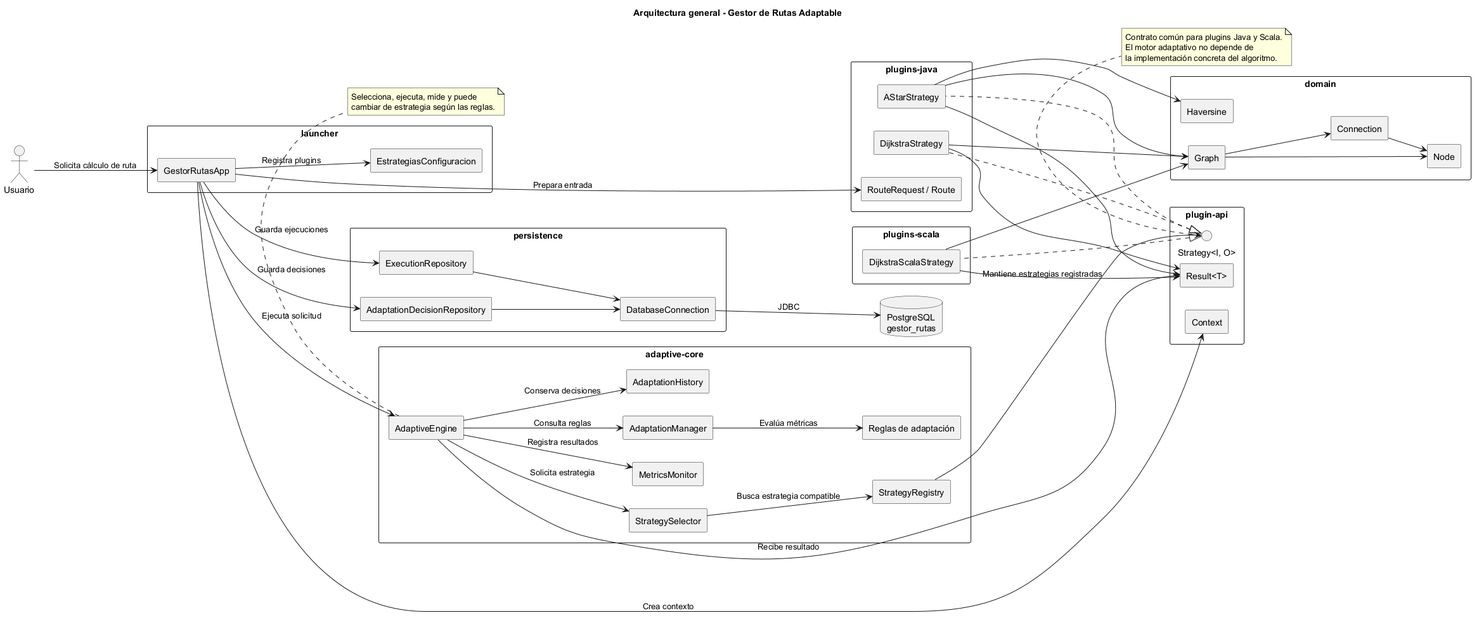
Above: docs/diagrams/architecture-diagram.png in Billoqui/GestorRutas (PlantUML), before the change. Source of this version:
```plantuml
@startuml
title Arquitectura general - Gestor de Rutas Adaptable

skinparam componentStyle rectangle
skinparam packageStyle rectangle
skinparam shadowing false
left to right direction

actor "Usuario" as Usuario

package "launcher" {
    component "GestorRutasApp" as App
    component "EstrategiasConfiguracion" as ConfigEstrategias
}

package "adaptive-core" {
    component "AdaptiveEngine" as Motor
    component "StrategySelector" as Selector
    component "StrategyRegistry" as Registro
    component "MetricsMonitor" as Monitor
    component "AdaptationManager" as Adaptador
    component "AdaptationHistory" as Historial
    component "Reglas de adaptación" as Reglas
}

package "plugin-api" {
    interface "Strategy<I, O>" as Contrato
    component "Context" as Contexto
    component "Result<T>" as Resultado
}

package "plugins-java" {
    component "DijkstraStrategy" as Dijkstra
    component "AStarStrategy" as AStar
    component "RouteRequest / Route" as DTOJava
}

package "plugins-scala" {
    component "DijkstraScalaStrategy" as Scala
}

package "domain" {
    component "Graph" as Grafo
    component "Node" as Nodo
    component "Connection" as Conexion
    component "Haversine" as Distancia
}

package "persistence" {
    component "ExecutionRepository" as RepoEjecuciones
    component "AdaptationDecisionRepository" as RepoDecisiones
    component "DatabaseConnection" as ConexionBD
}

database "PostgreSQL\ngestor_rutas" as BD

Usuario --> App : Solicita cálculo de ruta
App --> ConfigEstrategias : Registra plugins
App --> Motor : Ejecuta solicitud
App --> Contexto : Crea contexto
App --> DTOJava : Prepara entrada

Motor --> Selector : Solicita estrategia
Selector --> Registro : Busca estrategia compatible
Registro --> Contrato : Mantiene estrategias registradas

Contrato <|.. Dijkstra
Contrato <|.. AStar
Contrato <|.. Scala

Motor --> Monitor : Registra resultados
Motor --> Adaptador : Consulta reglas
Adaptador --> Reglas : Evalúa métricas
Motor --> Historial : Conserva decisiones

Dijkstra --> Grafo
AStar --> Grafo
AStar --> Distancia
Scala --> Grafo
Grafo --> Nodo
Grafo --> Conexion
Conexion --> Nodo

Dijkstra --> Resultado
AStar --> Resultado
Scala --> Resultado
Motor --> Resultado : Recibe resultado

App --> RepoEjecuciones : Guarda ejecuciones
App --> RepoDecisiones : Guarda decisiones
RepoEjecuciones --> ConexionBD
RepoDecisiones --> ConexionBD
ConexionBD --> BD : JDBC

note bottom of Contrato
  Contrato común para plugins Java y Scala.
  El motor adaptativo no depende de
  la implementación concreta del algoritmo.
end note

note bottom of Motor
  Selecciona, ejecuta, mide y puede
  cambiar de estrategia según las reglas.
end note

@enduml
```
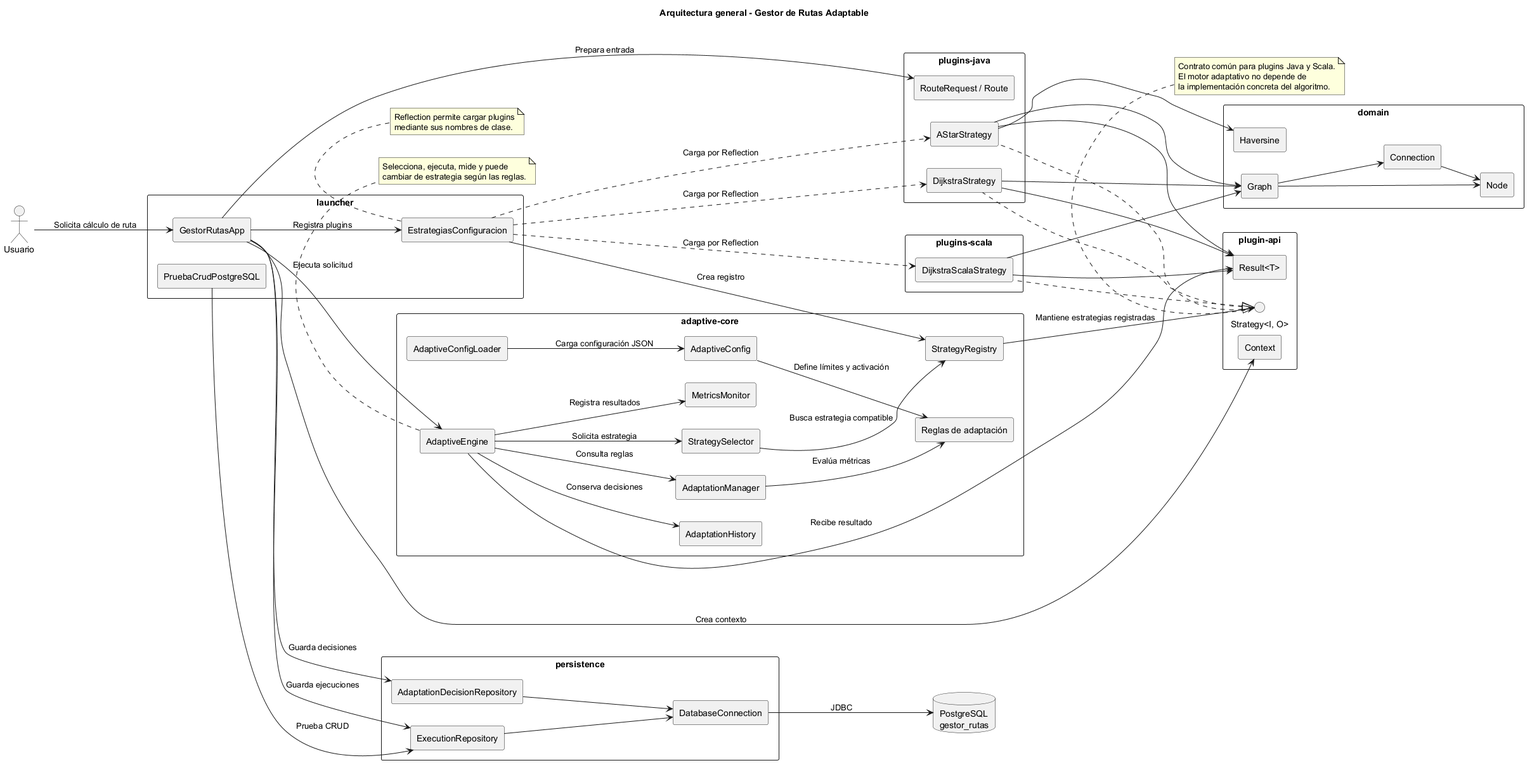
The same diagram one commit later.

Commit message:
docs: actualizar diagramas UML de la arquitectura y clases

Change to the diagram source:
```diff
@@ -11,6 +11,7 @@
 package "launcher" {
     component "GestorRutasApp" as App
     component "EstrategiasConfiguracion" as ConfigEstrategias
+    component "PruebaCrudPostgreSQL" as PruebaCRUD
 }
 
 package "adaptive-core" {
@@ -20,6 +21,8 @@
     component "MetricsMonitor" as Monitor
     component "AdaptationManager" as Adaptador
     component "AdaptationHistory" as Historial
+    component "AdaptiveConfigLoader" as Cargador
+    component "AdaptiveConfig" as Config
     component "Reglas de adaptación" as Reglas
 }
 
@@ -60,6 +63,11 @@
 App --> Contexto : Crea contexto
 App --> DTOJava : Prepara entrada
 
+ConfigEstrategias --> Registro : Crea registro
+ConfigEstrategias ..> Dijkstra : Carga por Reflection
+ConfigEstrategias ..> AStar : Carga por Reflection
+ConfigEstrategias ..> Scala : Carga por Reflection
+
 Motor --> Selector : Solicita estrategia
 Selector --> Registro : Busca estrategia compatible
 Registro --> Contrato : Mantiene estrategias registradas
@@ -72,6 +80,9 @@
 Motor --> Adaptador : Consulta reglas
 Adaptador --> Reglas : Evalúa métricas
 Motor --> Historial : Conserva decisiones
+
+Cargador --> Config : Carga configuración JSON
+Config --> Reglas : Define límites y activación
 
 Dijkstra --> Grafo
 AStar --> Grafo
@@ -88,6 +99,7 @@
 
 App --> RepoEjecuciones : Guarda ejecuciones
 App --> RepoDecisiones : Guarda decisiones
+PruebaCRUD --> RepoEjecuciones : Prueba CRUD
 RepoEjecuciones --> ConexionBD
 RepoDecisiones --> ConexionBD
 ConexionBD --> BD : JDBC
@@ -103,4 +115,9 @@
   cambiar de estrategia según las reglas.
 end note
 
+note bottom of ConfigEstrategias
+  Reflection permite cargar plugins
+  mediante sus nombres de clase.
+end note
+
 @enduml
```
